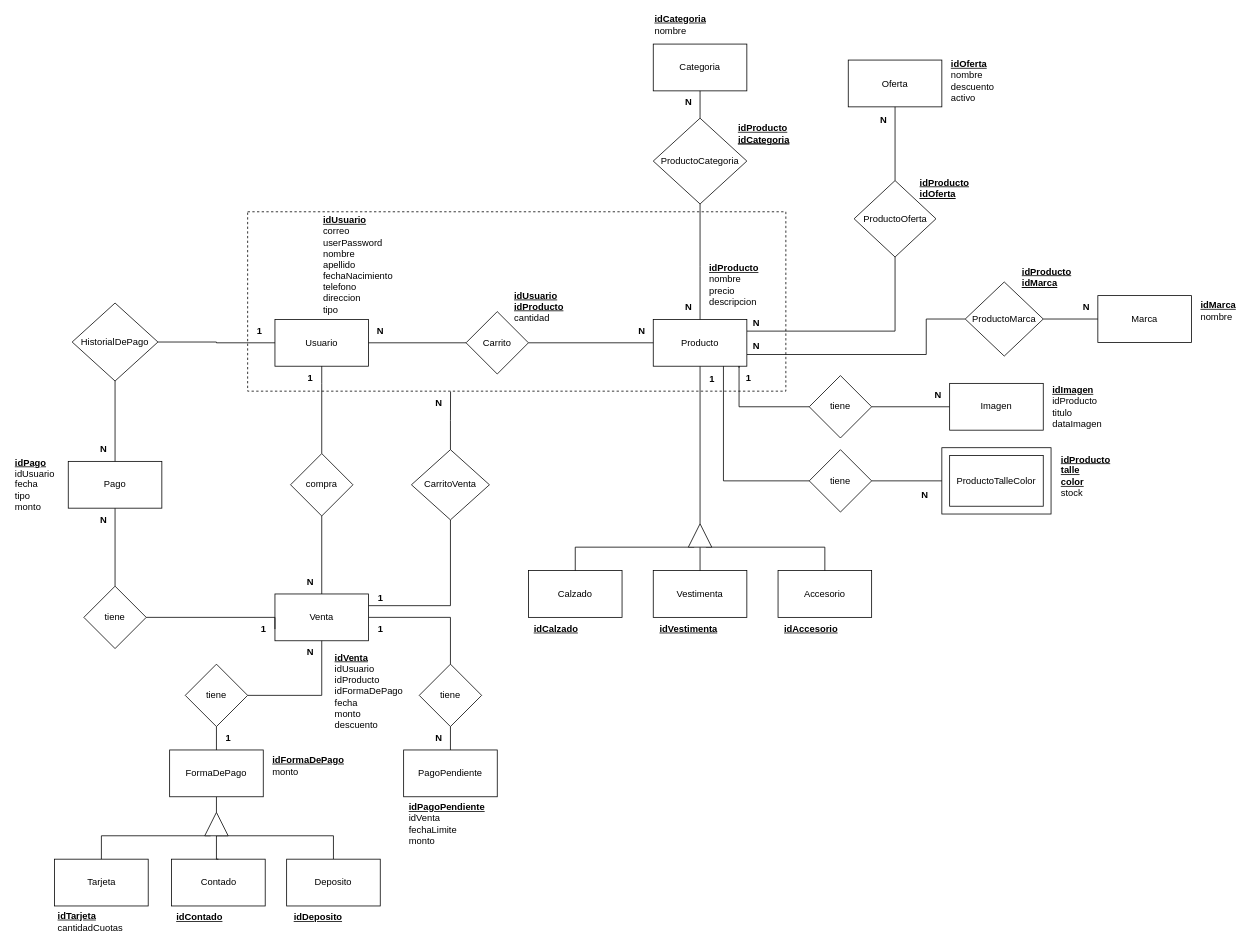
The draw.io diagram documentacion-Ecommerce/MEREcommerce.drawio in YolausGG/ProyectosReact-TrocheGodoy, before the edit. Source tidied: cells renumbered, new cells numbered last; positions are measured from the earlier drawing's top-left corner, leaving out a move shared by most shapes. Both pictures are drawn from the tidied source at 78%, with x=0, y=0 at pixel (13, 16).
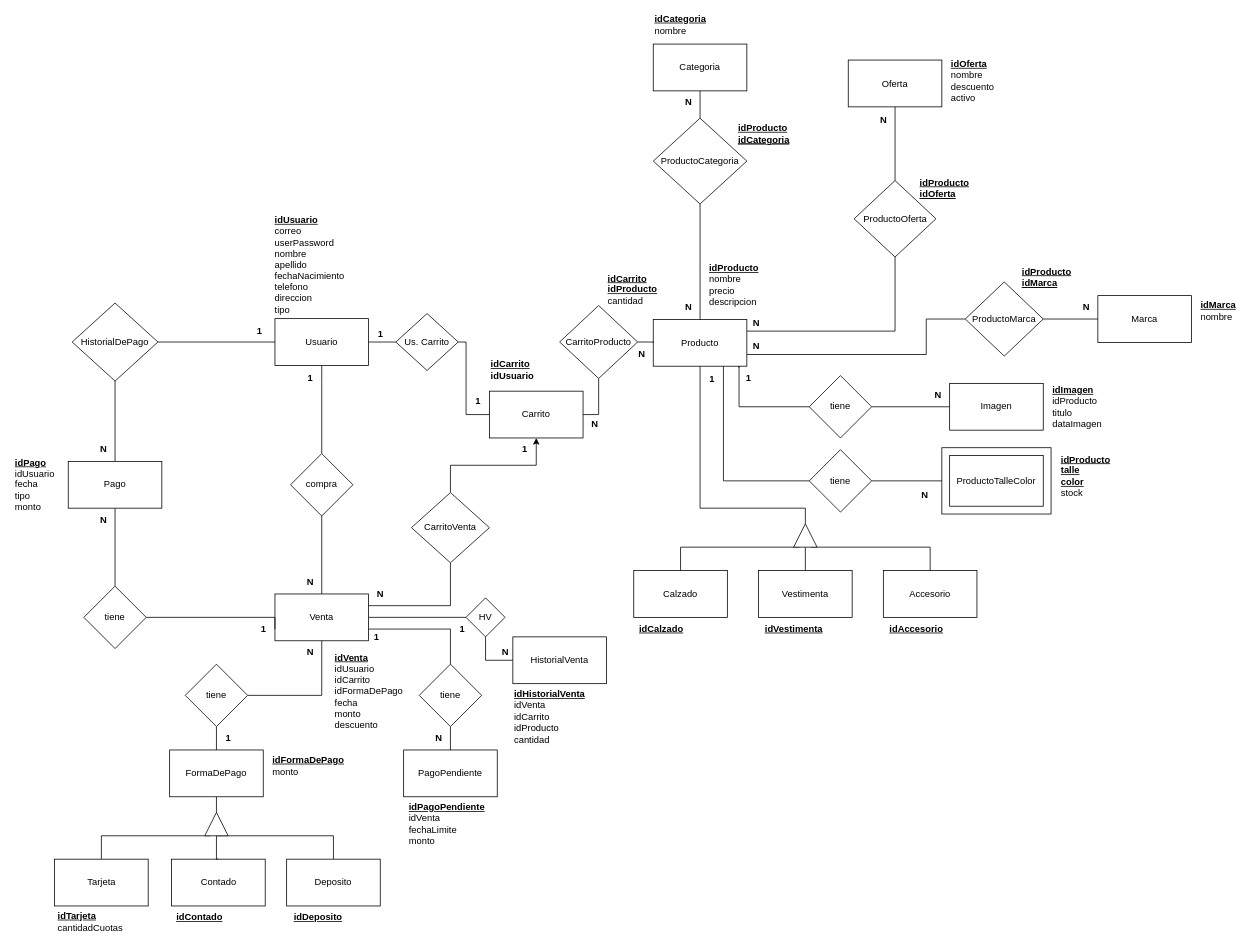
The same diagram, later.

The change refers to these unchanged cells:
```xml
<mxCell id="6" value="Producto" style="rounded=0;whiteSpace=wrap;html=1;" parent="1" vertex="1">
  <mxGeometry x="820" y="388" width="120" height="60" as="geometry" />
</mxCell>
<mxCell id="11" value="Venta" style="whiteSpace=wrap;html=1;" parent="1" vertex="1">
  <mxGeometry x="335" y="740" width="120" height="60" as="geometry" />
</mxCell>
<mxCell id="72" value="tiene" style="rhombus;whiteSpace=wrap;html=1;" parent="1" vertex="1">
  <mxGeometry x="520" y="830" width="80" height="80" as="geometry" />
</mxCell>
```

What changed in the source:
```diff
@@
     <mxCell id="2" style="edgeStyle=orthogonalEdgeStyle;rounded=0;jettySize=auto;html=1;exitX=0.5;exitY=1;exitDx=0;exitDy=0;entryX=1;entryY=0.5;entryDx=0;entryDy=0;endArrow=none;endFill=0;" parent="1" edge="1" source="6" target="43">
-      <mxGeometry relative="1" as="geometry" />
+      <mxGeometry relative="1" as="geometry">
+        <Array as="points">
+          <mxPoint x="880" y="630" />
+          <mxPoint x="1015" y="630" />
+        </Array>
+      </mxGeometry>
     </mxCell>
@@
     <mxCell id="7" value="Usuario" style="rounded=0;whiteSpace=wrap;html=1;" parent="1" vertex="1">
-      <mxGeometry x="335" y="388" width="120" height="60" as="geometry" />
+      <mxGeometry x="335" y="387" width="120" height="60" as="geometry" />
     </mxCell>
@@
-    <mxCell id="10" style="edgeStyle=orthogonalEdgeStyle;rounded=0;jettySize=auto;html=1;entryX=0.5;entryY=0;entryDx=0;entryDy=0;endArrow=none;endFill=0;" parent="1" edge="1" source="11" target="72">
+    <mxCell id="10" style="edgeStyle=orthogonalEdgeStyle;rounded=0;jettySize=auto;html=1;entryX=0.5;entryY=0;entryDx=0;entryDy=0;endArrow=none;endFill=0;exitX=1;exitY=0.75;exitDx=0;exitDy=0;" parent="1" edge="1" source="11" target="72">
       <mxGeometry relative="1" as="geometry" />
     </mxCell>
+    <mxCell id="113" style="edgeStyle=orthogonalEdgeStyle;rounded=0;jettySize=auto;html=1;entryX=0;entryY=0.5;entryDx=0;entryDy=0;endArrow=none;endFill=0;" parent="1" edge="1" source="11" target="127">
+      <mxGeometry relative="1" as="geometry" />
+    </mxCell>
@@
-    <mxCell id="15" style="edgeStyle=orthogonalEdgeStyle;rounded=0;jettySize=auto;html=1;entryX=0;entryY=0.5;entryDx=0;entryDy=0;endArrow=none;endFill=0;" parent="1" edge="1" source="16" target="6">
-      <mxGeometry relative="1" as="geometry" />
-    </mxCell>
+    <mxCell id="114" style="edgeStyle=orthogonalEdgeStyle;rounded=0;jettySize=auto;html=1;entryX=0;entryY=0.5;entryDx=0;entryDy=0;endArrow=none;endFill=0;" parent="1" edge="1" source="16" target="117">
+      <mxGeometry relative="1" as="geometry">
+        <Array as="points">
+          <mxPoint x="580" y="417" />
+          <mxPoint x="580" y="510" />
+        </Array>
+      </mxGeometry>
+    </mxCell>
-    <mxCell id="16" value="Carrito" style="rhombus;whiteSpace=wrap;html=1;" parent="1" vertex="1">
-      <mxGeometry x="580" y="378" width="80" height="80" as="geometry" />
+    <mxCell id="16" value="Us. Carrito" style="rhombus;whiteSpace=wrap;html=1;" parent="1" vertex="1">
+      <mxGeometry x="490" y="380.5" width="80" height="73" as="geometry" />
     </mxCell>
-    <mxCell id="17" style="edgeStyle=orthogonalEdgeStyle;rounded=0;jettySize=auto;html=1;endArrow=none;endFill=0;entryX=0;entryY=0.5;entryDx=0;entryDy=0;" parent="1" edge="1" source="7" target="16">
+    <mxCell id="17" style="edgeStyle=orthogonalEdgeStyle;rounded=0;jettySize=auto;html=1;endArrow=none;endFill=0;entryX=0;entryY=0.5;entryDx=0;entryDy=0;exitX=1;exitY=0.5;exitDx=0;exitDy=0;" parent="1" edge="1" source="7" target="16">
       <mxGeometry relative="1" as="geometry" />
     </mxCell>
@@
-    <mxCell id="20" value="N" style="text;html=1;align=center;verticalAlign=middle;strokeColor=none;fillColor=none;fontStyle=1;" parent="1" vertex="1">
-      <mxGeometry x="455" y="388" width="30" height="30" as="geometry" />
+    <mxCell id="20" value="1" style="text;html=1;align=center;verticalAlign=middle;strokeColor=none;fillColor=none;fontStyle=1;" parent="1" vertex="1">
+      <mxGeometry x="455" y="391.5" width="30" height="30" as="geometry" />
     </mxCell>
-    <mxCell id="21" style="edgeStyle=orthogonalEdgeStyle;rounded=0;jettySize=auto;html=1;entryX=0.377;entryY=1.002;entryDx=0;entryDy=0;endArrow=none;endFill=0;entryPerimeter=0;" parent="1" edge="1" source="22" target="23">
-      <mxGeometry relative="1" as="geometry" />
-    </mxCell>
+    <mxCell id="115" style="edgeStyle=orthogonalEdgeStyle;rounded=0;jettySize=auto;html=1;entryX=0.5;entryY=1;entryDx=0;entryDy=0;" parent="1" edge="1" source="22" target="117">
+      <mxGeometry relative="1" as="geometry" />
+    </mxCell>
     <mxCell id="22" value="CarritoVenta" style="rhombus;whiteSpace=wrap;html=1;" parent="1" vertex="1">
-      <mxGeometry x="510" y="555" width="100" height="90" as="geometry" />
+      <mxGeometry x="510" y="610" width="100" height="90" as="geometry" />
     </mxCell>
-    <mxCell id="23" style="rounded=0;whiteSpace=wrap;html=1;dashed=1;fillColor=none;" parent="1" vertex="1">
-      <mxGeometry x="300" y="250" width="690" height="230" as="geometry" />
-    </mxCell>
     <mxCell id="24" value="N" style="text;html=1;align=center;verticalAlign=middle;strokeColor=none;fillColor=none;fontStyle=1;" parent="1" vertex="1">
-      <mxGeometry x="790" y="388" width="30" height="30" as="geometry" />
+      <mxGeometry x="790" y="417.5" width="30" height="30" as="geometry" />
     </mxCell>
@@
-    <mxCell id="31" value="N" style="text;html=1;align=center;verticalAlign=middle;strokeColor=none;fillColor=none;fontStyle=1;" parent="1" vertex="1">
-      <mxGeometry x="530" y="480" width="30" height="30" as="geometry" />
-    </mxCell>
     <mxCell id="32" value="1" style="text;html=1;align=center;verticalAlign=middle;strokeColor=none;fillColor=none;fontStyle=1;" parent="1" vertex="1">
-      <mxGeometry x="455" y="730" width="30" height="30" as="geometry" />
+      <mxGeometry x="640" y="540" width="30" height="30" as="geometry" />
     </mxCell>
@@
-    <mxCell id="35" value="&lt;b style=&quot;border-color: var(--border-color);&quot;&gt;&lt;u style=&quot;border-color: var(--border-color);&quot;&gt;idUsuario&lt;br&gt;&lt;/u&gt;&lt;/b&gt;&lt;font style=&quot;font-size: 12px;&quot;&gt;&lt;b style=&quot;text-decoration-line: underline;&quot;&gt;idProducto&lt;/b&gt;&lt;br&gt;cantidad&lt;br&gt;&lt;/font&gt;&lt;u style=&quot;font-weight: bold;&quot;&gt;&lt;font style=&quot;font-size: 12px;&quot;&gt;&lt;br&gt;&lt;/font&gt;&lt;/u&gt;" style="text;html=1;strokeColor=none;fillColor=none;align=left;verticalAlign=middle;whiteSpace=wrap;rounded=0;" parent="1" vertex="1">
-      <mxGeometry x="640" y="358" width="70" height="42" as="geometry" />
+    <mxCell id="35" value="&lt;b style=&quot;border-color: var(--border-color);&quot;&gt;&lt;u style=&quot;border-color: var(--border-color);&quot;&gt;idCarrito&lt;br&gt;&lt;/u&gt;&lt;/b&gt;&lt;font style=&quot;font-size: 12px;&quot;&gt;&lt;b style=&quot;text-decoration-line: underline;&quot;&gt;idProducto&lt;/b&gt;&lt;br&gt;cantidad&lt;br&gt;&lt;/font&gt;&lt;u style=&quot;font-weight: bold;&quot;&gt;&lt;font style=&quot;font-size: 12px;&quot;&gt;&lt;br&gt;&lt;/font&gt;&lt;/u&gt;" style="text;html=1;strokeColor=none;fillColor=none;align=left;verticalAlign=middle;whiteSpace=wrap;rounded=0;" parent="1" vertex="1">
+      <mxGeometry x="760" y="336" width="70" height="42" as="geometry" />
     </mxCell>
@@
     <mxCell id="37" value="Calzado" style="rounded=0;whiteSpace=wrap;html=1;" parent="1" vertex="1">
-      <mxGeometry x="660" y="710" width="120" height="60" as="geometry" />
+      <mxGeometry x="795" y="710" width="120" height="60" as="geometry" />
     </mxCell>
     <mxCell id="38" value="Vestimenta" style="rounded=0;whiteSpace=wrap;html=1;" parent="1" vertex="1">
-      <mxGeometry x="820" y="710" width="120" height="60" as="geometry" />
+      <mxGeometry x="955" y="710" width="120" height="60" as="geometry" />
     </mxCell>
     <mxCell id="39" value="Accesorio" style="rounded=0;whiteSpace=wrap;html=1;" parent="1" vertex="1">
-      <mxGeometry x="980" y="710" width="120" height="60" as="geometry" />
+      <mxGeometry x="1115" y="710" width="120" height="60" as="geometry" />
     </mxCell>
     <mxCell id="40" style="edgeStyle=orthogonalEdgeStyle;rounded=0;jettySize=auto;html=1;exitX=0;exitY=0.75;exitDx=0;exitDy=0;entryX=0.5;entryY=0;entryDx=0;entryDy=0;endArrow=none;endFill=0;" parent="1" edge="1" source="43" target="39">
       <mxGeometry relative="1" as="geometry">
         <Array as="points">
-          <mxPoint x="1040" y="680" />
+          <mxPoint x="1175" y="680" />
         </Array>
       </mxGeometry>
     </mxCell>
     <mxCell id="41" style="edgeStyle=orthogonalEdgeStyle;rounded=0;jettySize=auto;html=1;exitX=0;exitY=0.25;exitDx=0;exitDy=0;entryX=0.5;entryY=0;entryDx=0;entryDy=0;endArrow=none;endFill=0;" parent="1" edge="1" source="43" target="37">
       <mxGeometry relative="1" as="geometry">
         <Array as="points">
-          <mxPoint x="720" y="680" />
+          <mxPoint x="855" y="680" />
         </Array>
       </mxGeometry>
     </mxCell>
@@
     <mxCell id="43" style="triangle;whiteSpace=wrap;html=1;rotation=-90;" parent="1" vertex="1">
-      <mxGeometry x="865" y="650" width="30" height="30" as="geometry" />
+      <mxGeometry x="1000" y="650" width="30" height="30" as="geometry" />
     </mxCell>
     <mxCell id="44" value="&lt;u&gt;idUsuario&lt;/u&gt;&lt;br&gt;&lt;span style=&quot;font-weight: normal;&quot;&gt;correo&lt;br&gt;userPassword&lt;/span&gt;&lt;br&gt;&lt;span style=&quot;font-weight: 400;&quot;&gt;nombre&lt;br&gt;&lt;/span&gt;&lt;span style=&quot;font-weight: normal;&quot;&gt;apellido&lt;/span&gt;&lt;br&gt;&lt;span style=&quot;font-weight: normal;&quot;&gt;fechaNacimiento&lt;/span&gt;&lt;br&gt;&lt;span style=&quot;font-weight: normal;&quot;&gt;telefono&lt;br&gt;direccion&lt;br&gt;tipo&lt;/span&gt;&lt;br&gt;&lt;div style=&quot;font-weight: normal;&quot;&gt;&lt;/div&gt;" style="text;html=1;strokeColor=none;fillColor=none;align=left;verticalAlign=middle;whiteSpace=wrap;rounded=0;fontStyle=1;" parent="1" vertex="1">
-      <mxGeometry x="395" y="278" width="95" height="80" as="geometry" />
+      <mxGeometry x="332.5" y="278" width="95" height="80" as="geometry" />
     </mxCell>
-    <mxCell id="45" value="&lt;u&gt;idVenta&lt;br&gt;&lt;/u&gt;&lt;span style=&quot;border-color: var(--border-color);&quot;&gt;&lt;span style=&quot;border-color: var(--border-color);&quot;&gt;&lt;span style=&quot;font-weight: 400;&quot;&gt;idUsuario&lt;/span&gt;&lt;br style=&quot;border-color: var(--border-color);&quot;&gt;&lt;/span&gt;&lt;/span&gt;&lt;font style=&quot;border-color: var(--border-color);&quot;&gt;&lt;span style=&quot;border-color: var(--border-color); font-weight: normal;&quot;&gt;idProducto&lt;br&gt;&lt;/span&gt;&lt;span style=&quot;font-weight: normal;&quot;&gt;idFormaDePago&lt;/span&gt;&lt;br style=&quot;border-color: var(--border-color);&quot;&gt;&lt;span style=&quot;font-weight: 400;&quot;&gt;fecha&lt;br&gt;&lt;/span&gt;&lt;span style=&quot;font-weight: normal;&quot;&gt;monto&lt;br&gt;descuento&lt;/span&gt;&lt;br style=&quot;border-color: var(--border-color);&quot;&gt;&lt;/font&gt;&lt;div style=&quot;font-weight: normal;&quot;&gt;&lt;/div&gt;" style="text;html=1;strokeColor=none;fillColor=none;align=left;verticalAlign=middle;whiteSpace=wrap;rounded=0;fontStyle=1;" parent="1" vertex="1">
+    <mxCell id="45" value="&lt;u&gt;idVenta&lt;br&gt;&lt;/u&gt;&lt;span style=&quot;border-color: var(--border-color);&quot;&gt;&lt;span style=&quot;border-color: var(--border-color);&quot;&gt;&lt;span style=&quot;font-weight: 400;&quot;&gt;idUsuario&lt;/span&gt;&lt;br style=&quot;border-color: var(--border-color);&quot;&gt;&lt;/span&gt;&lt;/span&gt;&lt;font style=&quot;border-color: var(--border-color);&quot;&gt;&lt;span style=&quot;border-color: var(--border-color); font-weight: normal;&quot;&gt;idCarrito&lt;br&gt;&lt;/span&gt;&lt;span style=&quot;font-weight: normal;&quot;&gt;idFormaDePago&lt;/span&gt;&lt;br style=&quot;border-color: var(--border-color);&quot;&gt;&lt;span style=&quot;font-weight: 400;&quot;&gt;fecha&lt;br&gt;&lt;/span&gt;&lt;span style=&quot;font-weight: normal;&quot;&gt;monto&lt;br&gt;descuento&lt;/span&gt;&lt;br style=&quot;border-color: var(--border-color);&quot;&gt;&lt;/font&gt;&lt;div style=&quot;font-weight: normal;&quot;&gt;&lt;/div&gt;" style="text;html=1;strokeColor=none;fillColor=none;align=left;verticalAlign=middle;whiteSpace=wrap;rounded=0;fontStyle=1;" parent="1" vertex="1">
       <mxGeometry x="410" y="800" width="100" height="130" as="geometry" />
     </mxCell>
@@
-    <mxCell id="68" style="edgeStyle=orthogonalEdgeStyle;rounded=0;orthogonalLoop=1;jettySize=auto;html=1;exitX=0.5;exitY=1;exitDx=0;exitDy=0;" parent="1" edge="1" source="23" target="23">
-      <mxGeometry relative="1" as="geometry" />
+    <mxCell id="68" style="edgeStyle=orthogonalEdgeStyle;rounded=0;orthogonalLoop=1;jettySize=auto;html=1;exitX=0.5;exitY=1;exitDx=0;exitDy=0;" parent="1" edge="1">
+      <mxGeometry relative="1" as="geometry">
+        <mxPoint x="645" y="480" as="sourcePoint" />
+        <mxPoint x="645" y="480" as="targetPoint" />
+      </mxGeometry>
     </mxCell>
@@
     <mxCell id="80" value="1" style="text;html=1;align=center;verticalAlign=middle;strokeColor=none;fillColor=none;fontStyle=1;" parent="1" vertex="1">
-      <mxGeometry x="455" y="770" width="30" height="30" as="geometry" />
+      <mxGeometry x="450" y="780" width="30" height="30" as="geometry" />
     </mxCell>
@@
     <mxCell id="102" value="&lt;div style=&quot;text-align: left;&quot;&gt;&lt;span style=&quot;background-color: initial;&quot;&gt;&lt;b&gt;&lt;u&gt;idCalzado&lt;/u&gt;&lt;/b&gt;&lt;/span&gt;&lt;/div&gt;" style="text;html=1;align=center;verticalAlign=middle;strokeColor=none;fillColor=none;" parent="1" vertex="1">
-      <mxGeometry x="655" y="770" width="80" height="30" as="geometry" />
+      <mxGeometry x="790" y="770" width="80" height="30" as="geometry" />
     </mxCell>
     <mxCell id="103" value="&lt;div style=&quot;text-align: left;&quot;&gt;&lt;span style=&quot;background-color: initial;&quot;&gt;&lt;b&gt;&lt;u&gt;idVestimenta&lt;/u&gt;&lt;/b&gt;&lt;/span&gt;&lt;/div&gt;" style="text;html=1;align=center;verticalAlign=middle;strokeColor=none;fillColor=none;" parent="1" vertex="1">
-      <mxGeometry x="815" y="770" width="100" height="30" as="geometry" />
+      <mxGeometry x="950" y="770" width="100" height="30" as="geometry" />
     </mxCell>
     <mxCell id="104" value="&lt;div style=&quot;text-align: left;&quot;&gt;&lt;span style=&quot;background-color: initial;&quot;&gt;&lt;b&gt;&lt;u&gt;idAccesorio&lt;/u&gt;&lt;/b&gt;&lt;/span&gt;&lt;/div&gt;" style="text;html=1;align=center;verticalAlign=middle;strokeColor=none;fillColor=none;" parent="1" vertex="1">
-      <mxGeometry x="977" y="770" width="90" height="30" as="geometry" />
+      <mxGeometry x="1112" y="770" width="90" height="30" as="geometry" />
     </mxCell>
@@
+    <mxCell id="116" style="edgeStyle=orthogonalEdgeStyle;rounded=0;jettySize=auto;html=1;exitX=1;exitY=0.5;exitDx=0;exitDy=0;entryX=0.5;entryY=1;entryDx=0;entryDy=0;endArrow=none;endFill=0;" parent="1" edge="1" source="117" target="118">
+      <mxGeometry relative="1" as="geometry" />
+    </mxCell>
+    <mxCell id="117" value="Carrito" style="rounded=0;whiteSpace=wrap;html=1;" parent="1" vertex="1">
+      <mxGeometry x="610" y="480" width="120" height="60" as="geometry" />
+    </mxCell>
+    <mxCell id="118" value="CarritoProducto" style="rhombus;whiteSpace=wrap;html=1;" parent="1" vertex="1">
+      <mxGeometry x="700" y="370.2" width="100" height="93.5" as="geometry" />
+    </mxCell>
+    <mxCell id="119" value="1" style="text;html=1;align=center;verticalAlign=middle;strokeColor=none;fillColor=none;fontStyle=1;" parent="1" vertex="1">
+      <mxGeometry x="580" y="478" width="30" height="30" as="geometry" />
+    </mxCell>
+    <mxCell id="120" style="edgeStyle=orthogonalEdgeStyle;rounded=0;jettySize=auto;html=1;exitX=1;exitY=0.5;exitDx=0;exitDy=0;entryX=0;entryY=0.5;entryDx=0;entryDy=0;endArrow=none;endFill=0;" parent="1" edge="1" source="118" target="6">
+      <mxGeometry relative="1" as="geometry" />
+    </mxCell>
+    <mxCell id="121" value="N" style="text;html=1;align=center;verticalAlign=middle;strokeColor=none;fillColor=none;fontStyle=1;" parent="1" vertex="1">
+      <mxGeometry x="730" y="508" width="30" height="30" as="geometry" />
+    </mxCell>
+    <mxCell id="122" value="N" style="text;html=1;align=center;verticalAlign=middle;strokeColor=none;fillColor=none;fontStyle=1;" parent="1" vertex="1">
+      <mxGeometry x="455" y="725" width="30" height="30" as="geometry" />
+    </mxCell>
+    <mxCell id="123" value="&lt;div&gt;&lt;b style=&quot;border-color: var(--border-color);&quot;&gt;&lt;u style=&quot;border-color: var(--border-color);&quot;&gt;&lt;br&gt;&lt;/u&gt;&lt;/b&gt;&lt;/div&gt;&lt;b style=&quot;border-color: var(--border-color);&quot;&gt;&lt;u style=&quot;border-color: var(--border-color);&quot;&gt;idCarrito&lt;/u&gt;&lt;/b&gt;&lt;div&gt;&lt;b style=&quot;border-color: var(--border-color);&quot;&gt;&lt;span style=&quot;border-color: var(--border-color);&quot;&gt;idUsuario&lt;br&gt;&lt;/span&gt;&lt;/b&gt;&lt;u style=&quot;font-weight: bold;&quot;&gt;&lt;font style=&quot;font-size: 12px;&quot;&gt;&lt;br&gt;&lt;/font&gt;&lt;/u&gt;&lt;/div&gt;" style="text;html=1;strokeColor=none;fillColor=none;align=left;verticalAlign=middle;whiteSpace=wrap;rounded=0;" parent="1" vertex="1">
+      <mxGeometry x="610" y="428" width="75" height="50" as="geometry" />
+    </mxCell>
+    <mxCell id="124" value="HistorialVenta" style="rounded=0;whiteSpace=wrap;html=1;" parent="1" vertex="1">
+      <mxGeometry x="640" y="795" width="120" height="60" as="geometry" />
+    </mxCell>
+    <mxCell id="125" value="&lt;b style=&quot;forced-color-adjust: none; color: rgb(0, 0, 0); font-family: Helvetica; font-size: 12px; font-style: normal; font-variant-ligatures: normal; font-variant-caps: normal; letter-spacing: normal; orphans: 2; text-align: left; text-indent: 0px; text-transform: none; widows: 2; word-spacing: 0px; -webkit-text-stroke-width: 0px; white-space: normal; background-color: rgb(251, 251, 251); text-decoration-thickness: initial; text-decoration-style: initial; text-decoration-color: initial; border-color: var(--border-color);&quot;&gt;&lt;u style=&quot;forced-color-adjust: none; border-color: var(--border-color);&quot;&gt;idHistorialVenta&lt;/u&gt;&lt;/b&gt;&lt;div&gt;&lt;span style=&quot;forced-color-adjust: none; color: rgb(0, 0, 0); font-family: Helvetica; font-size: 12px; font-style: normal; font-variant-ligatures: normal; font-variant-caps: normal; letter-spacing: normal; orphans: 2; text-align: left; text-indent: 0px; text-transform: none; widows: 2; word-spacing: 0px; -webkit-text-stroke-width: 0px; white-space: normal; background-color: rgb(251, 251, 251); text-decoration-thickness: initial; text-decoration-style: initial; text-decoration-color: initial; border-color: var(--border-color);&quot;&gt;&lt;span style=&quot;forced-color-adjust: none; border-color: var(--border-color);&quot;&gt;idVenta&lt;/span&gt;&lt;/span&gt;&lt;div&gt;idCarrito&lt;br&gt;&lt;div&gt;&lt;font style=&quot;forced-color-adjust: none; color: rgb(0, 0, 0); font-family: Helvetica; font-size: 12px; font-style: normal; font-variant-ligatures: normal; font-variant-caps: normal; letter-spacing: normal; orphans: 2; text-align: left; text-indent: 0px; text-transform: none; widows: 2; word-spacing: 0px; -webkit-text-stroke-width: 0px; white-space: normal; background-color: rgb(251, 251, 251); text-decoration-thickness: initial; text-decoration-style: initial; text-decoration-color: initial;&quot;&gt;&lt;span style=&quot;forced-color-adjust: none;&quot;&gt;idProducto&lt;/span&gt;&lt;br style=&quot;forced-color-adjust: none;&quot;&gt;cantidad&lt;br style=&quot;forced-color-adjust: none;&quot;&gt;&lt;/font&gt;&lt;/div&gt;&lt;/div&gt;&lt;/div&gt;" style="text;whiteSpace=wrap;html=1;" parent="1" vertex="1">
+      <mxGeometry x="640" y="855" width="100" height="70" as="geometry" />
+    </mxCell>
+    <mxCell id="126" style="edgeStyle=orthogonalEdgeStyle;rounded=0;jettySize=auto;html=1;exitX=0.5;exitY=1;exitDx=0;exitDy=0;entryX=0;entryY=0.5;entryDx=0;entryDy=0;endArrow=none;endFill=0;" parent="1" edge="1" source="127" target="124">
+      <mxGeometry relative="1" as="geometry" />
+    </mxCell>
+    <mxCell id="127" value="HV" style="rhombus;whiteSpace=wrap;html=1;" parent="1" vertex="1">
+      <mxGeometry x="580" y="745" width="50" height="50" as="geometry" />
+    </mxCell>
+    <mxCell id="128" value="1" style="text;html=1;align=center;verticalAlign=middle;strokeColor=none;fillColor=none;fontStyle=1;" parent="1" vertex="1">
+      <mxGeometry x="560" y="770" width="30" height="30" as="geometry" />
+    </mxCell>
+    <mxCell id="129" value="N" style="text;html=1;align=center;verticalAlign=middle;strokeColor=none;fillColor=none;fontStyle=1;" parent="1" vertex="1">
+      <mxGeometry x="615" y="800" width="30" height="30" as="geometry" />
+    </mxCell>
```
